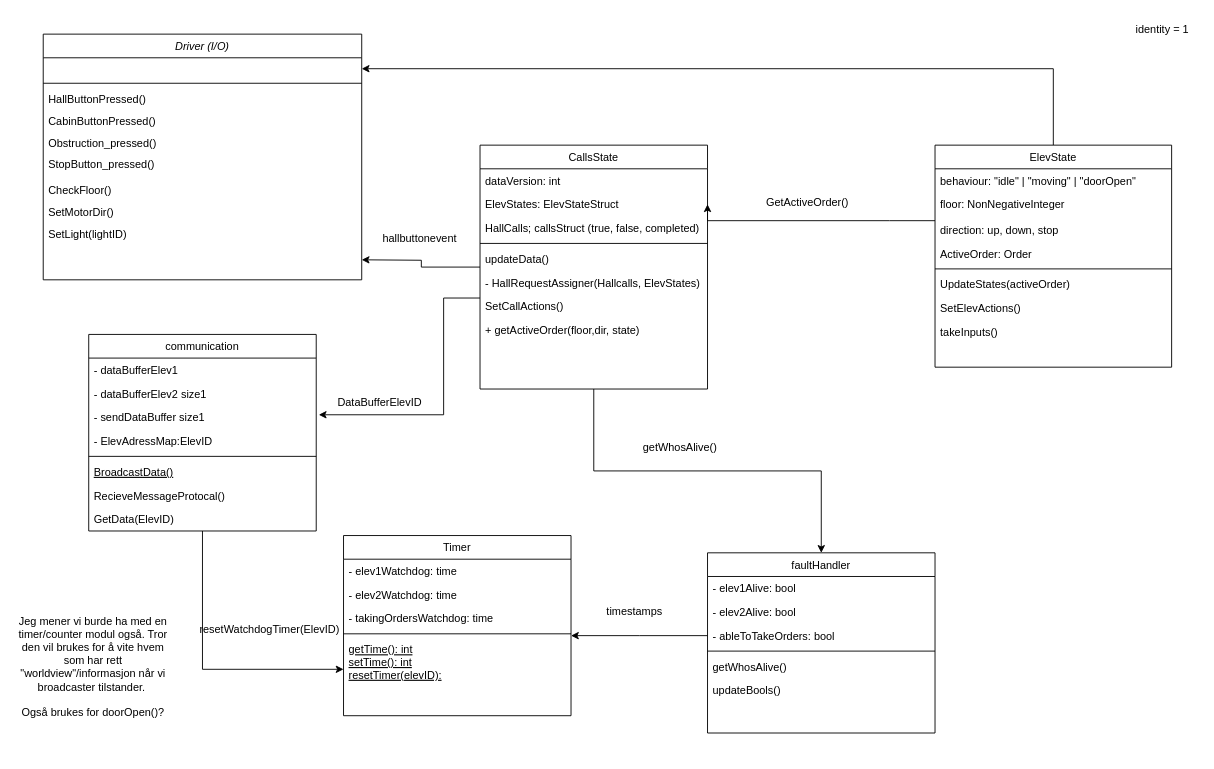
Before: Diagrammer/gustavs_klassediagram.drawio in MathiasSagerup/Sanntid, a draw.io diagram. Source tidied: cells renumbered, new cells numbered last; positions are measured from the earlier drawing's top-left corner, leaving out a move shared by most shapes. Both pictures are drawn from the tidied source at 91%, with x=0, y=0 at pixel (15, 15).
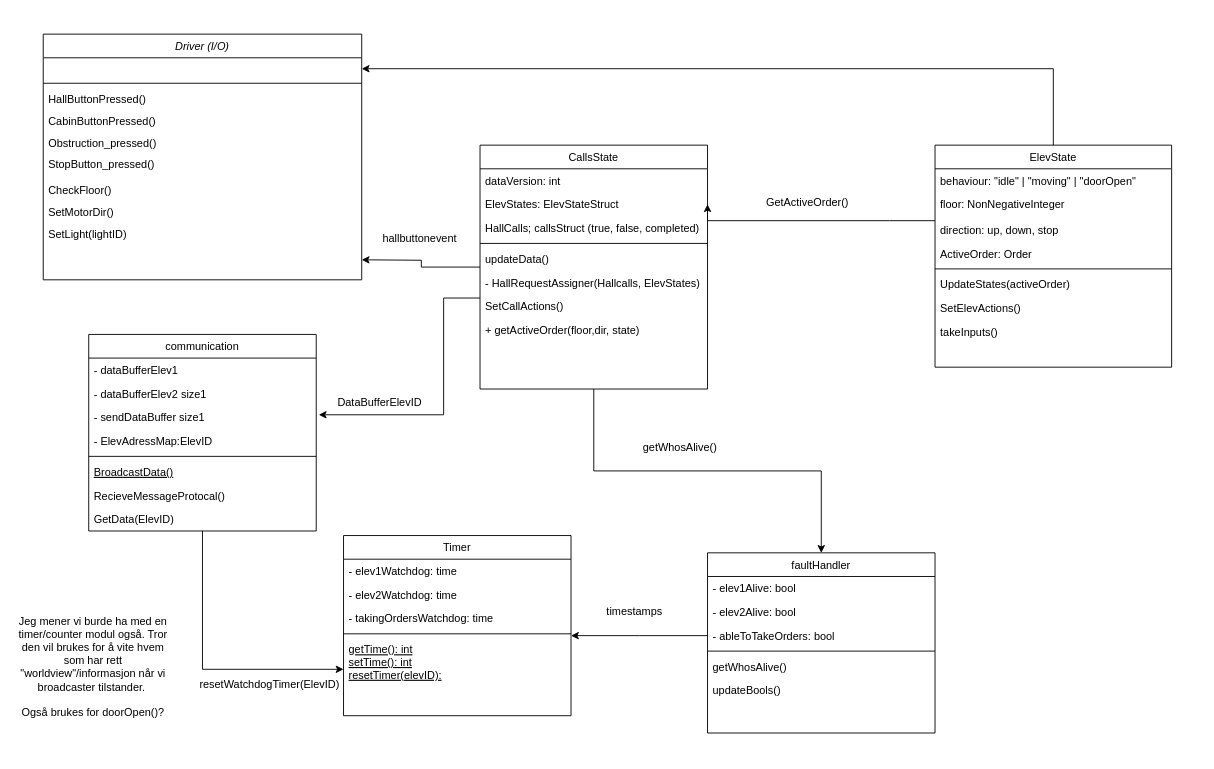
After the change.

Diff of the diagram source:
```diff
@@
-    <mxCell id="60" value="identity = 1" style="text;html=1;whiteSpace=wrap;strokeColor=none;fillColor=none;align=center;verticalAlign=middle;rounded=0;" parent="1" vertex="1">
-      <mxGeometry x="1220" width="80" height="30" as="geometry" />
-    </mxCell>
     <mxCell id="61" value="resetWatchdogTimer(ElevID)" style="text;html=1;whiteSpace=wrap;strokeColor=none;fillColor=none;align=center;verticalAlign=middle;rounded=0;" parent="1" vertex="1">
-      <mxGeometry x="219" y="660" width="120" height="30" as="geometry" />
+      <mxGeometry x="219" y="720" width="120" height="30" as="geometry" />
     </mxCell>
```
